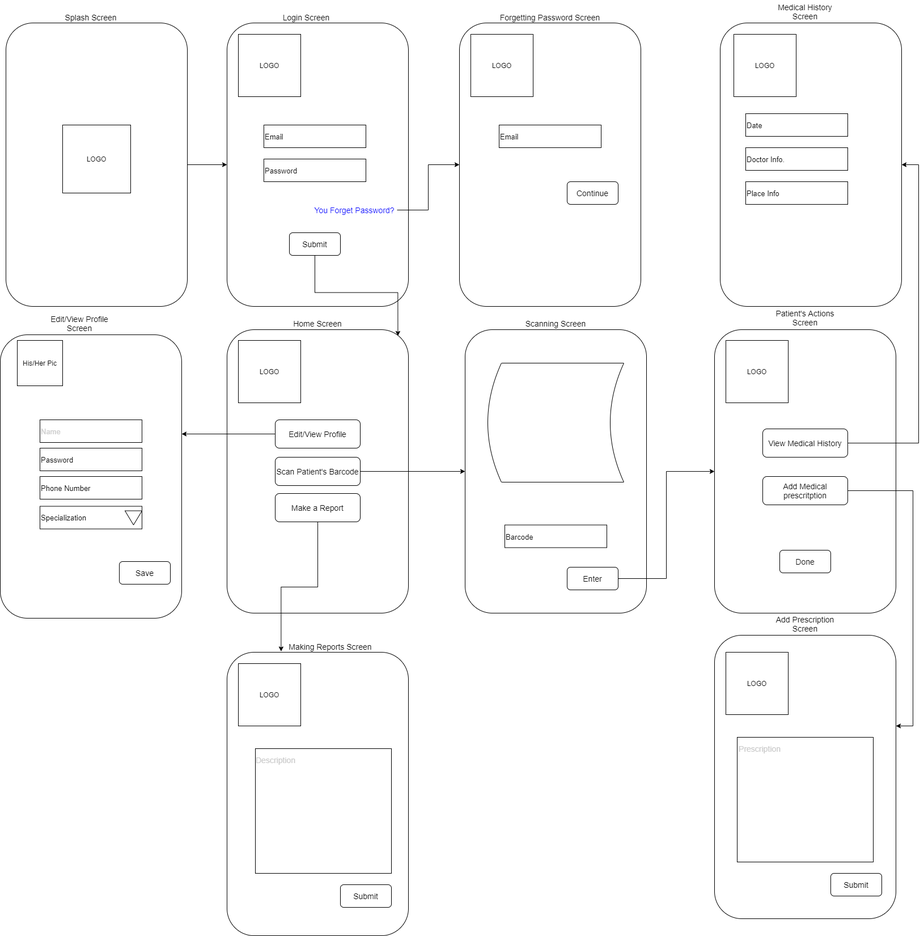
abdelrahmanbonna/Healthy_Shield_Analysis keeps this draw.io diagram as Doctor's Wireframe.png. Above is the earlier version. Source tidied: cells renumbered, new cells last; positions are measured from the earlier drawing's top-left corner, leaving out a move shared by most shapes.
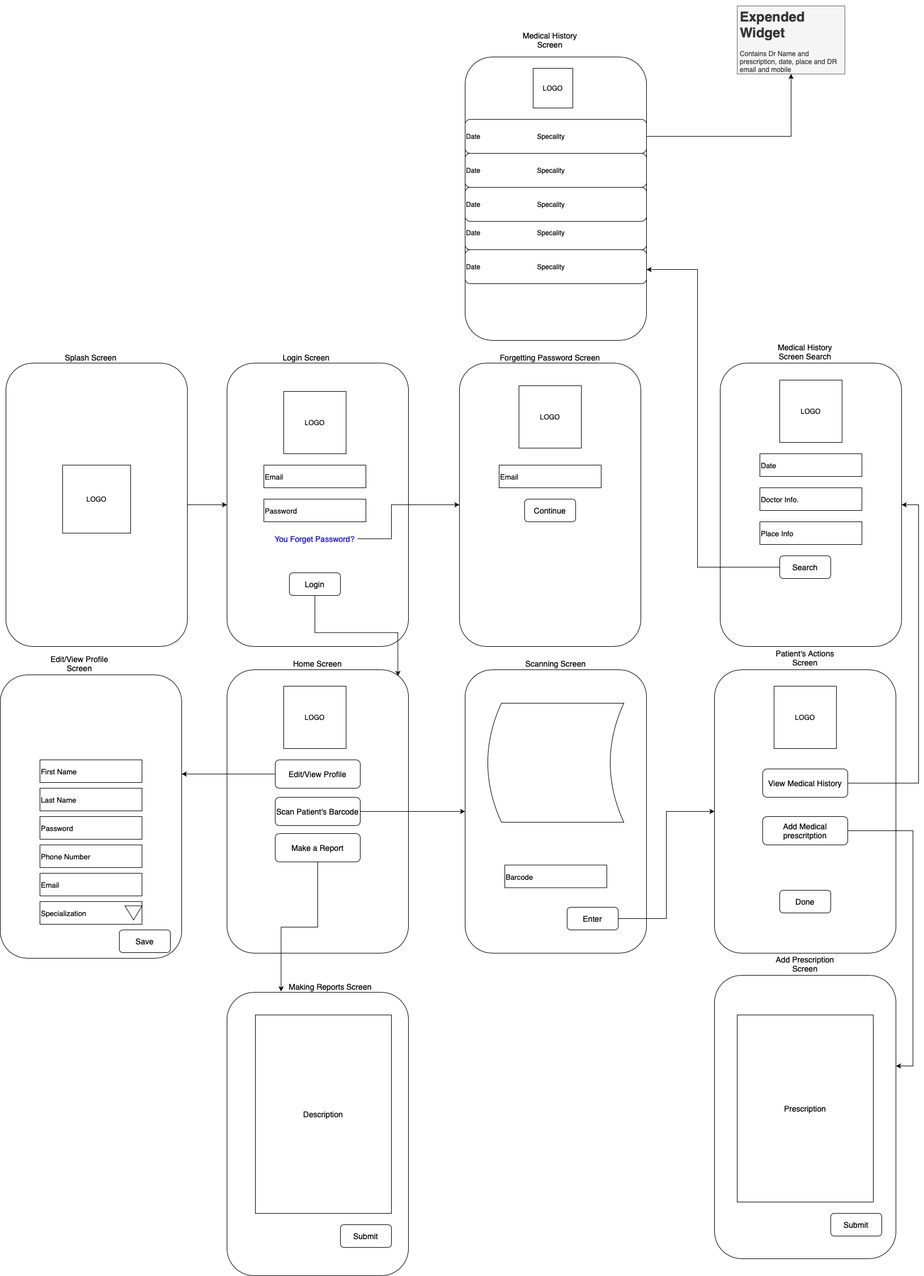
Above is the later version.

The edit, as a diff of the source:
```diff
@@ -18,7 +18,7 @@
       <mxGeometry relative="1" as="geometry" />
     </mxCell>
     <mxCell id="7" value="LOGO" style="whiteSpace=wrap;html=1;" parent="1" vertex="1">
-      <mxGeometry x="420" y="60" width="110" height="110" as="geometry" />
+      <mxGeometry x="500" y="90" width="110" height="110" as="geometry" />
     </mxCell>
     <mxCell id="8" value="&lt;font style=&quot;font-size: 13px&quot;&gt;Email&lt;/font&gt;" style="rounded=0;whiteSpace=wrap;html=1;fontSize=14;align=left;" parent="1" vertex="1">
       <mxGeometry x="465" y="220" width="180" height="40" as="geometry" />
@@ -29,14 +29,19 @@
     <mxCell id="10" style="edgeStyle=orthogonalEdgeStyle;rounded=0;jettySize=auto;html=1;entryX=0.942;entryY=0.022;entryDx=0;entryDy=0;entryPerimeter=0;fontSize=14;fontColor=#0000FF;" parent="1" edge="1" source="11" target="20">
       <mxGeometry relative="1" as="geometry" />
     </mxCell>
-    <mxCell id="11" value="Submit" style="rounded=1;whiteSpace=wrap;html=1;fontSize=14;" parent="1" vertex="1">
+    <mxCell id="11" value="Login" style="rounded=1;whiteSpace=wrap;html=1;fontSize=14;" parent="1" vertex="1">
       <mxGeometry x="510" y="410" width="90" height="40" as="geometry" />
     </mxCell>
     <mxCell id="12" style="edgeStyle=orthogonalEdgeStyle;rounded=0;jettySize=auto;html=1;fontSize=14;fontColor=#0000FF;" parent="1" edge="1" source="13" target="15">
-      <mxGeometry relative="1" as="geometry" />
+      <mxGeometry relative="1" as="geometry">
+        <Array as="points">
+          <mxPoint x="690" y="350" />
+          <mxPoint x="690" y="290" />
+        </Array>
+      </mxGeometry>
     </mxCell>
     <mxCell id="13" value="You Forget Password?" style="text;html=1;strokeColor=none;fillColor=none;align=center;verticalAlign=middle;whiteSpace=wrap;rounded=0;fontSize=14;fontColor=#0000FF;" parent="1" vertex="1">
-      <mxGeometry x="550" y="360" width="150" height="20" as="geometry" />
+      <mxGeometry x="480" y="340" width="150" height="20" as="geometry" />
     </mxCell>
     <mxCell id="14" value="Login Screen" style="text;html=1;strokeColor=none;fillColor=none;align=center;verticalAlign=middle;whiteSpace=wrap;rounded=0;fontSize=14;" parent="1" vertex="1">
       <mxGeometry x="480" y="10" width="120" height="40" as="geometry" />
@@ -45,7 +50,7 @@
       <mxGeometry x="810" y="40" width="320" height="500" as="geometry" />
     </mxCell>
     <mxCell id="16" value="LOGO" style="whiteSpace=wrap;html=1;" parent="1" vertex="1">
-      <mxGeometry x="830" y="60" width="110" height="110" as="geometry" />
+      <mxGeometry x="915" y="80" width="110" height="110" as="geometry" />
     </mxCell>
     <mxCell id="17" value="Forgetting Password Screen" style="text;html=1;strokeColor=none;fillColor=none;align=center;verticalAlign=middle;whiteSpace=wrap;rounded=0;fontSize=14;" parent="1" vertex="1">
       <mxGeometry x="880" y="10" width="180" height="40" as="geometry" />
@@ -54,13 +59,13 @@
       <mxGeometry x="880" y="220" width="180" height="40" as="geometry" />
     </mxCell>
     <mxCell id="19" value="Continue" style="rounded=1;whiteSpace=wrap;html=1;fontSize=14;" parent="1" vertex="1">
-      <mxGeometry x="1000" y="320" width="90" height="40" as="geometry" />
+      <mxGeometry x="925" y="280" width="90" height="40" as="geometry" />
     </mxCell>
     <mxCell id="20" style="rounded=1;whiteSpace=wrap;html=1;" parent="1" vertex="1">
       <mxGeometry x="400" y="581" width="320" height="500" as="geometry" />
     </mxCell>
     <mxCell id="21" value="LOGO" style="whiteSpace=wrap;html=1;" parent="1" vertex="1">
-      <mxGeometry x="420" y="600" width="110" height="110" as="geometry" />
+      <mxGeometry x="500" y="610" width="110" height="110" as="geometry" />
     </mxCell>
     <mxCell id="22" value="Home Screen" style="text;html=1;strokeColor=none;fillColor=none;align=center;verticalAlign=middle;whiteSpace=wrap;rounded=0;fontSize=14;" parent="1" vertex="1">
       <mxGeometry x="500" y="550" width="120" height="40" as="geometry" />
@@ -86,47 +91,41 @@
     <mxCell id="29" style="rounded=1;whiteSpace=wrap;html=1;" parent="1" vertex="1">
       <mxGeometry y="590" width="320" height="500" as="geometry" />
     </mxCell>
-    <mxCell id="30" value="His/Her Pic" style="whiteSpace=wrap;html=1;" parent="1" vertex="1">
-      <mxGeometry x="30" y="600" width="80" height="80" as="geometry" />
-    </mxCell>
     <mxCell id="31" value="Edit/View Profile Screen" style="text;html=1;strokeColor=none;fillColor=none;align=center;verticalAlign=middle;whiteSpace=wrap;rounded=0;fontSize=14;" parent="1" vertex="1">
       <mxGeometry x="80" y="550" width="120" height="40" as="geometry" />
     </mxCell>
-    <mxCell id="32" value="&lt;span style=&quot;font-size: 13px&quot;&gt;&lt;font color=&quot;#cccccc&quot;&gt;Name&lt;/font&gt;&lt;/span&gt;" style="rounded=0;whiteSpace=wrap;html=1;fontSize=14;align=left;" parent="1" vertex="1">
+    <mxCell id="32" value="&lt;span style=&quot;font-size: 13px&quot;&gt;First Name&lt;/span&gt;" style="rounded=0;whiteSpace=wrap;html=1;fontSize=14;align=left;" parent="1" vertex="1">
       <mxGeometry x="70" y="740" width="180" height="40" as="geometry" />
     </mxCell>
     <mxCell id="33" value="&lt;font style=&quot;font-size: 13px&quot;&gt;Password&lt;/font&gt;" style="rounded=0;whiteSpace=wrap;html=1;fontSize=14;align=left;" parent="1" vertex="1">
-      <mxGeometry x="70" y="790" width="180" height="40" as="geometry" />
+      <mxGeometry x="70" y="840" width="180" height="40" as="geometry" />
     </mxCell>
     <mxCell id="34" value="&lt;span style=&quot;font-size: 13px&quot;&gt;Phone Number&lt;/span&gt;" style="rounded=0;whiteSpace=wrap;html=1;fontSize=14;align=left;" parent="1" vertex="1">
-      <mxGeometry x="70" y="840" width="180" height="40" as="geometry" />
+      <mxGeometry x="70" y="890" width="180" height="40" as="geometry" />
     </mxCell>
     <mxCell id="35" value="&lt;span style=&quot;font-size: 13px&quot;&gt;Specialization&lt;/span&gt;" style="rounded=0;whiteSpace=wrap;html=1;fontSize=14;align=left;" parent="1" vertex="1">
-      <mxGeometry x="70" y="892.5" width="180" height="40" as="geometry" />
+      <mxGeometry x="70" y="990" width="180" height="40" as="geometry" />
     </mxCell>
     <mxCell id="36" style="triangle;whiteSpace=wrap;html=1;fontSize=14;fontColor=#0000FF;direction=south;" parent="1" vertex="1">
-      <mxGeometry x="220" y="900.5" width="30" height="25" as="geometry" />
+      <mxGeometry x="220" y="997.5" width="30" height="25" as="geometry" />
     </mxCell>
     <mxCell id="37" style="rounded=1;whiteSpace=wrap;html=1;" parent="1" vertex="1">
       <mxGeometry x="400" y="1150" width="320" height="500" as="geometry" />
     </mxCell>
-    <mxCell id="38" value="LOGO" style="whiteSpace=wrap;html=1;" parent="1" vertex="1">
-      <mxGeometry x="420" y="1170" width="110" height="110" as="geometry" />
-    </mxCell>
     <mxCell id="39" value="&lt;div style=&quot;text-align: justify&quot;&gt;&lt;br&gt;&lt;/div&gt;" style="rounded=0;whiteSpace=wrap;html=1;align=left;" parent="1" vertex="1">
-      <mxGeometry x="450" y="1320" width="240" height="220" as="geometry" />
+      <mxGeometry x="450" y="1190" width="240" height="350" as="geometry" />
     </mxCell>
     <mxCell id="40" value="Submit" style="rounded=1;whiteSpace=wrap;html=1;fontSize=14;" parent="1" vertex="1">
       <mxGeometry x="600" y="1560" width="90" height="40" as="geometry" />
     </mxCell>
-    <mxCell id="41" value="Description" style="text;html=1;strokeColor=none;fillColor=none;align=center;verticalAlign=middle;whiteSpace=wrap;rounded=0;fontSize=14;fontColor=#CCCCCC;" parent="1" vertex="1">
-      <mxGeometry x="466" y="1330" width="40" height="20" as="geometry" />
+    <mxCell id="41" value="Description" style="text;html=1;strokeColor=none;fillColor=none;align=center;verticalAlign=middle;whiteSpace=wrap;rounded=0;fontSize=14;fontColor=#000000;" parent="1" vertex="1">
+      <mxGeometry x="550" y="1355" width="40" height="20" as="geometry" />
     </mxCell>
     <mxCell id="42" value="Making Reports Screen" style="text;html=1;strokeColor=none;fillColor=none;align=center;verticalAlign=middle;whiteSpace=wrap;rounded=0;fontSize=14;" parent="1" vertex="1">
       <mxGeometry x="485" y="1120" width="195" height="40" as="geometry" />
     </mxCell>
     <mxCell id="43" value="Save" style="rounded=1;whiteSpace=wrap;html=1;fontSize=14;" parent="1" vertex="1">
-      <mxGeometry x="210" y="990" width="90" height="40" as="geometry" />
+      <mxGeometry x="210" y="1040" width="90" height="40" as="geometry" />
     </mxCell>
     <mxCell id="44" style="rounded=1;whiteSpace=wrap;html=1;" parent="1" vertex="1">
       <mxGeometry x="820" y="581" width="320" height="500" as="geometry" />
@@ -150,7 +149,7 @@
       <mxGeometry x="1260" y="581" width="320" height="500" as="geometry" />
     </mxCell>
     <mxCell id="51" value="LOGO" style="whiteSpace=wrap;html=1;" parent="1" vertex="1">
-      <mxGeometry x="1280" y="600" width="110" height="110" as="geometry" />
+      <mxGeometry x="1365" y="610" width="110" height="110" as="geometry" />
     </mxCell>
     <mxCell id="52" style="edgeStyle=orthogonalEdgeStyle;rounded=0;jettySize=auto;html=1;fontSize=14;fontColor=#CCCCCC;" parent="1" edge="1" source="53" target="57">
       <mxGeometry relative="1" as="geometry">
@@ -180,11 +179,8 @@
     <mxCell id="57" style="rounded=1;whiteSpace=wrap;html=1;" parent="1" vertex="1">
       <mxGeometry x="1260" y="1120" width="320" height="500" as="geometry" />
     </mxCell>
-    <mxCell id="58" value="LOGO" style="whiteSpace=wrap;html=1;" parent="1" vertex="1">
-      <mxGeometry x="1280" y="1150" width="110" height="110" as="geometry" />
-    </mxCell>
     <mxCell id="59" value="&lt;div style=&quot;text-align: justify&quot;&gt;&lt;br&gt;&lt;/div&gt;" style="rounded=0;whiteSpace=wrap;html=1;align=left;" parent="1" vertex="1">
-      <mxGeometry x="1300" y="1300" width="240" height="220" as="geometry" />
+      <mxGeometry x="1300" y="1190" width="240" height="330" as="geometry" />
     </mxCell>
     <mxCell id="60" value="Submit" style="rounded=1;whiteSpace=wrap;html=1;fontSize=14;" parent="1" vertex="1">
       <mxGeometry x="1465" y="1540" width="90" height="40" as="geometry" />
@@ -192,8 +188,8 @@
     <mxCell id="61" value="Patient's Actions Screen" style="text;html=1;strokeColor=none;fillColor=none;align=center;verticalAlign=middle;whiteSpace=wrap;rounded=0;fontSize=14;" parent="1" vertex="1">
       <mxGeometry x="1360" y="540" width="120" height="40" as="geometry" />
     </mxCell>
-    <mxCell id="62" value="Prescription" style="text;html=1;strokeColor=none;fillColor=none;align=center;verticalAlign=middle;whiteSpace=wrap;rounded=0;fontSize=14;fontColor=#CCCCCC;" parent="1" vertex="1">
-      <mxGeometry x="1320" y="1310" width="40" height="20" as="geometry" />
+    <mxCell id="62" value="Prescription" style="text;html=1;strokeColor=none;fillColor=none;align=center;verticalAlign=middle;whiteSpace=wrap;rounded=0;fontSize=14;fontColor=#000000;" parent="1" vertex="1">
+      <mxGeometry x="1400" y="1345" width="40" height="20" as="geometry" />
     </mxCell>
     <mxCell id="63" value="Add Prescription Screen" style="text;html=1;strokeColor=none;fillColor=none;align=center;verticalAlign=middle;whiteSpace=wrap;rounded=0;fontSize=14;" parent="1" vertex="1">
       <mxGeometry x="1360" y="1080" width="120" height="40" as="geometry" />
@@ -201,20 +197,67 @@
     <mxCell id="64" style="rounded=1;whiteSpace=wrap;html=1;" parent="1" vertex="1">
       <mxGeometry x="1270" y="40" width="320" height="500" as="geometry" />
     </mxCell>
-    <mxCell id="65" value="Medical History Screen" style="text;html=1;strokeColor=none;fillColor=none;align=center;verticalAlign=middle;whiteSpace=wrap;rounded=0;fontSize=14;" parent="1" vertex="1">
+    <mxCell id="65" value="Medical History Screen Search" style="text;html=1;strokeColor=none;fillColor=none;align=center;verticalAlign=middle;whiteSpace=wrap;rounded=0;fontSize=14;" parent="1" vertex="1">
       <mxGeometry x="1360" width="120" height="40" as="geometry" />
     </mxCell>
     <mxCell id="66" value="LOGO" style="whiteSpace=wrap;html=1;" parent="1" vertex="1">
-      <mxGeometry x="1294" y="60" width="110" height="110" as="geometry" />
+      <mxGeometry x="1375" y="70" width="110" height="110" as="geometry" />
     </mxCell>
     <mxCell id="67" value="&lt;span style=&quot;font-size: 13px&quot;&gt;Date&lt;/span&gt;" style="rounded=0;whiteSpace=wrap;html=1;fontSize=14;align=left;" parent="1" vertex="1">
-      <mxGeometry x="1315" y="200" width="180" height="40" as="geometry" />
+      <mxGeometry x="1340" y="200" width="180" height="40" as="geometry" />
     </mxCell>
     <mxCell id="68" value="&lt;span style=&quot;font-size: 13px&quot;&gt;Doctor Info.&lt;/span&gt;" style="rounded=0;whiteSpace=wrap;html=1;fontSize=14;align=left;" parent="1" vertex="1">
-      <mxGeometry x="1315" y="260" width="180" height="40" as="geometry" />
+      <mxGeometry x="1340" y="260" width="180" height="40" as="geometry" />
     </mxCell>
     <mxCell id="69" value="&lt;span style=&quot;font-size: 13px&quot;&gt;Place Info&lt;/span&gt;" style="rounded=0;whiteSpace=wrap;html=1;fontSize=14;align=left;" parent="1" vertex="1">
-      <mxGeometry x="1315" y="320" width="180" height="40" as="geometry" />
+      <mxGeometry x="1340" y="320" width="180" height="40" as="geometry" />
     </mxCell>
+    <mxCell id="70" style="edgeStyle=orthogonalEdgeStyle;rounded=0;jettySize=auto;html=1;exitX=0;exitY=0.5;exitDx=0;exitDy=0;entryX=1;entryY=0.75;entryDx=0;entryDy=0;fontColor=#000000;" parent="1" edge="1" source="71" target="74">
+      <mxGeometry relative="1" as="geometry">
+        <Array as="points">
+          <mxPoint x="1230" y="400" />
+          <mxPoint x="1230" y="-125" />
+        </Array>
+      </mxGeometry>
+    </mxCell>
+    <mxCell id="71" value="Search" style="rounded=1;whiteSpace=wrap;html=1;fontSize=14;" parent="1" vertex="1">
+      <mxGeometry x="1375" y="380" width="90" height="40" as="geometry" />
+    </mxCell>
+    <mxCell id="72" value="&lt;span style=&quot;font-size: 13px&quot;&gt;Last Name&lt;/span&gt;" style="rounded=0;whiteSpace=wrap;html=1;fontSize=14;align=left;" parent="1" vertex="1">
+      <mxGeometry x="70" y="790" width="180" height="40" as="geometry" />
+    </mxCell>
+    <mxCell id="73" value="&lt;span style=&quot;font-size: 13px&quot;&gt;Email&lt;/span&gt;" style="rounded=0;whiteSpace=wrap;html=1;fontSize=14;align=left;" parent="1" vertex="1">
+      <mxGeometry x="70" y="940" width="180" height="40" as="geometry" />
+    </mxCell>
+    <mxCell id="74" style="rounded=1;whiteSpace=wrap;html=1;" parent="1" vertex="1">
+      <mxGeometry x="820" y="-500" width="320" height="500" as="geometry" />
+    </mxCell>
+    <mxCell id="75" value="Medical History Screen" style="text;html=1;strokeColor=none;fillColor=none;align=center;verticalAlign=middle;whiteSpace=wrap;rounded=0;fontSize=14;" parent="1" vertex="1">
+      <mxGeometry x="910" y="-550" width="120" height="40" as="geometry" />
+    </mxCell>
+    <mxCell id="76" value="Date &amp;nbsp; &amp;nbsp; &amp;nbsp; &amp;nbsp; &amp;nbsp; &amp;nbsp; &amp;nbsp; &amp;nbsp; &amp;nbsp; &amp;nbsp; &amp;nbsp; &amp;nbsp; &amp;nbsp; &amp;nbsp; &amp;nbsp;Specality" style="rounded=1;whiteSpace=wrap;html=1;fontColor=#000000;align=left;" parent="1" vertex="1">
+      <mxGeometry x="820" y="-160" width="320" height="60" as="geometry" />
+    </mxCell>
+    <mxCell id="77" value="Date &amp;nbsp; &amp;nbsp; &amp;nbsp; &amp;nbsp; &amp;nbsp; &amp;nbsp; &amp;nbsp; &amp;nbsp; &amp;nbsp; &amp;nbsp; &amp;nbsp; &amp;nbsp; &amp;nbsp; &amp;nbsp; &amp;nbsp;Specality" style="rounded=1;whiteSpace=wrap;html=1;fontColor=#000000;align=left;" parent="1" vertex="1">
+      <mxGeometry x="820" y="-220" width="320" height="60" as="geometry" />
+    </mxCell>
+    <mxCell id="78" value="Date &amp;nbsp; &amp;nbsp; &amp;nbsp; &amp;nbsp; &amp;nbsp; &amp;nbsp; &amp;nbsp; &amp;nbsp; &amp;nbsp; &amp;nbsp; &amp;nbsp; &amp;nbsp; &amp;nbsp; &amp;nbsp; &amp;nbsp;Specality" style="rounded=1;whiteSpace=wrap;html=1;fontColor=#000000;align=left;" parent="1" vertex="1">
+      <mxGeometry x="820" y="-270" width="320" height="60" as="geometry" />
+    </mxCell>
+    <mxCell id="79" value="Date &amp;nbsp; &amp;nbsp; &amp;nbsp; &amp;nbsp; &amp;nbsp; &amp;nbsp; &amp;nbsp; &amp;nbsp; &amp;nbsp; &amp;nbsp; &amp;nbsp; &amp;nbsp; &amp;nbsp; &amp;nbsp; &amp;nbsp;Specality" style="rounded=1;whiteSpace=wrap;html=1;fontColor=#000000;align=left;" parent="1" vertex="1">
+      <mxGeometry x="820" y="-330" width="320" height="60" as="geometry" />
+    </mxCell>
+    <mxCell id="80" style="edgeStyle=orthogonalEdgeStyle;rounded=0;jettySize=auto;html=1;exitX=1;exitY=0.5;exitDx=0;exitDy=0;fontColor=#000000;entryX=0.5;entryY=1;entryDx=0;entryDy=0;" parent="1" edge="1" source="81" target="83">
+      <mxGeometry relative="1" as="geometry" />
+    </mxCell>
+    <mxCell id="81" value="Date &amp;nbsp; &amp;nbsp; &amp;nbsp; &amp;nbsp; &amp;nbsp; &amp;nbsp; &amp;nbsp; &amp;nbsp; &amp;nbsp; &amp;nbsp; &amp;nbsp; &amp;nbsp; &amp;nbsp; &amp;nbsp; &amp;nbsp;Specality" style="rounded=1;whiteSpace=wrap;html=1;fontColor=#000000;align=left;" parent="1" vertex="1">
+      <mxGeometry x="820" y="-390" width="320" height="60" as="geometry" />
+    </mxCell>
+    <mxCell id="82" value="LOGO" style="whiteSpace=wrap;html=1;" parent="1" vertex="1">
+      <mxGeometry x="940" y="-480" width="70" height="70" as="geometry" />
+    </mxCell>
+    <mxCell id="83" value="&lt;h1&gt;Expended Widget&lt;/h1&gt;&lt;div&gt;Contains Dr Name and prescription, date, place and DR email and mobile&lt;/div&gt;" style="text;html=1;strokeColor=#666666;fillColor=#f5f5f5;spacing=5;spacingTop=-20;whiteSpace=wrap;overflow=hidden;rounded=0;fontColor=#333333;" parent="1" vertex="1">
+      <mxGeometry x="1300" y="-590" width="190" height="120" as="geometry" />
+    </mxCell>
   </root>
 </mxGraphModel>
```
